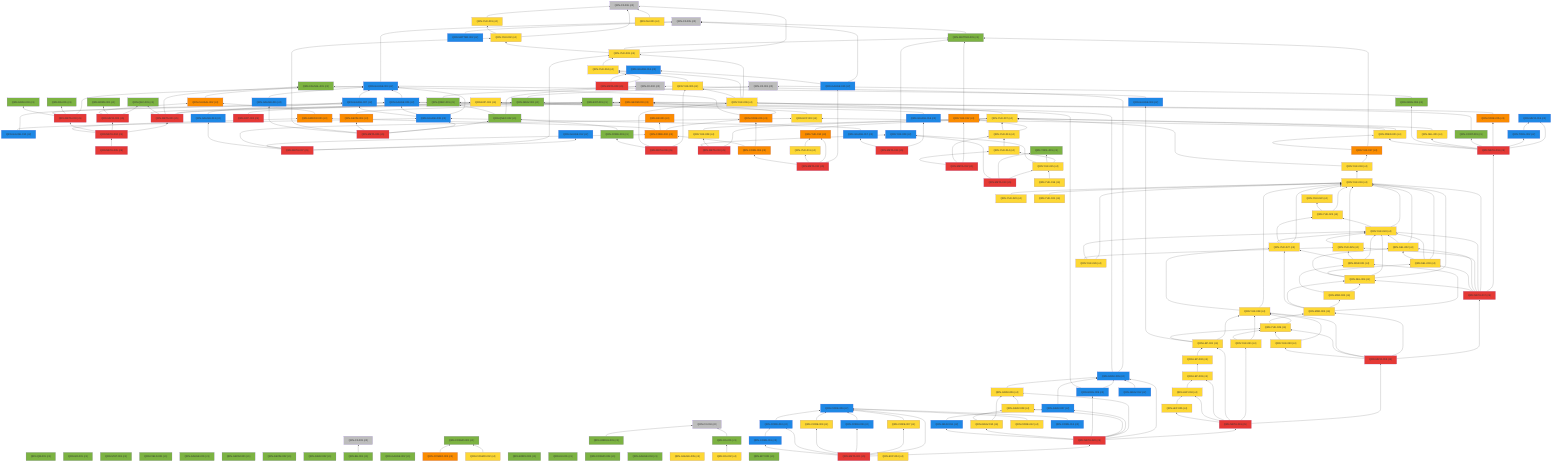
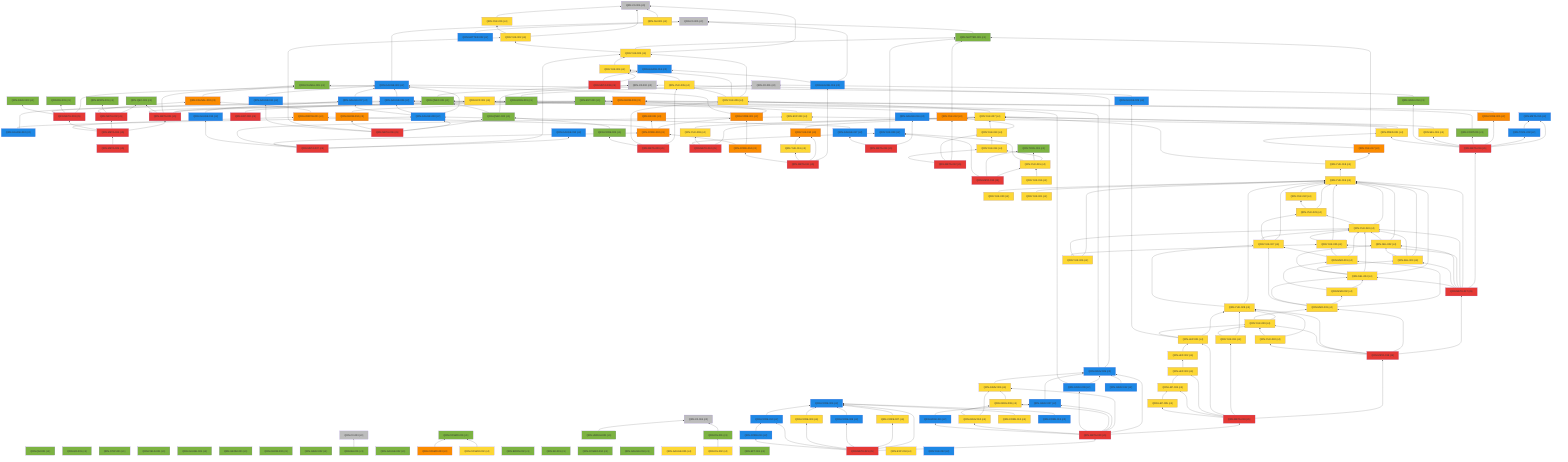
%% 自動生成 (dag/report.pl) — QRN 主張依存グラフ
graph BT
  QRN_C0_001["QRN-C0-001 (c0)"]:::c0
  QRN_C0_002["QRN-C0-002 (c0)"]:::c0
  QRN_C0_003["QRN-C0-003 (c0)"]:::c0
  QRN_C0_004["QRN-C0-004 (c0)"]:::c0
  QRN_C0_005["QRN-C0-005 (c0)"]:::c0
  QRN_C0_006["QRN-C0-006 (c0)"]:::c0
  QRN_QM_001["QRN-QM-001 (c1)"]:::c1
  QRN_GR_001["QRN-GR-001 (c1)"]:::c1
  QRN_STAT_001["QRN-STAT-001 (c1)"]:::c1
  QRN_FIELD_001["QRN-FIELD-001 (c1)"]:::c1
  QRN_GAUGE_001["QRN-GAUGE-001 (c1)"]:::c1
  QRN_ENT_001["QRN-ENT-001 (c1)"]:::c1
  QRN_GEOM_001["QRN-GEOM-001 (c1)"]:::c1
  QRN_GEOM_002["QRN-GEOM-002 (c1)"]:::c1
  QRN_GEOM_003["QRN-GEOM-003 (c3)"]:::c3
  QRN_GRAV_001["QRN-GRAV-001 (c1)"]:::c1
  QRN_GRAV_002["QRN-GRAV-002 (c1)"]:::c1
  QRN_BH_001["QRN-BH-001 (c1)"]:::c1
  QRN_CAUSAL_001["QRN-CAUSAL-001 (c1)"]:::c1
  QRN_CAUSAL_002["QRN-CAUSAL-002 (c3)"]:::c3
  QRN_ER_001["QRN-ER-001 (c3)"]:::c3
  QRN_QEC_001["QRN-QEC-001 (c1)"]:::c1
  QRN_GAUGE_002["QRN-GAUGE-002 (c1)"]:::c1
  QRN_COSMO_001["QRN-COSMO-001 (c1)"]:::c1
  QRN_COSMO_002["QRN-COSMO-002 (c4)"]:::c4
  QRN_COSMO_003["QRN-COSMO-003 (c3)"]:::c3
  QRN_BORN_001["QRN-BORN-001 (c1)"]:::c1
  QRN_BORN_002["QRN-BORN-002 (c1)"]:::c1
  QRN_GRAV_003["QRN-GRAV-003 (c1)"]:::c1
  QRN_KK_001["QRN-KK-001 (c1)"]:::c1
  QRN_MATTER_001["QRN-MATTER-001 (c1)"]:::c1
  QRN_MATTER_002["QRN-MATTER-002 (c2)"]:::c2
  QRN_COSMO_004["QRN-COSMO-004 (c1)"]:::c1
  QRN_EXP_001["QRN-EXP-001 (c4)"]:::c4
  QRN_GAUGE_003["QRN-GAUGE-003 (c2)"]:::c2
  QRN_GAUGE_004["QRN-GAUGE-004 (c1)"]:::c1
  QRN_GAUGE_005["QRN-GAUGE-005 (c4)"]:::c4
  QRN_YUK_001["QRN-YUK-001 (c4)"]:::c4
  QRN_RG_001["QRN-RG-001 (c1)"]:::c1
  QRN_UNRUH_001["QRN-UNRUH-001 (c1)"]:::c1
  QRN_QNEC_001["QRN-QNEC-001 (c1)"]:::c1
  QRN_NU_001["QRN-NU-001 (c4)"]:::c4
  QRN_GAUGE_006["QRN-GAUGE-006 (c2)"]:::c2
  QRN_DS_001["QRN-DS-001 (c1)"]:::c1
  QRN_DS_002["QRN-DS-002 (c4)"]:::c4
  QRN_ARROW_001["QRN-ARROW-001 (c3)"]:::c3
  QRN_GAUGE_007["QRN-GAUGE-007 (c2)"]:::c2
  QRN_EFT_001["QRN-EFT-001 (c1)"]:::c1
  QRN_GAUGE_008["QRN-GAUGE-008 (c2)"]:::c2
  QRN_GAUGE_009["QRN-GAUGE-009 (c2)"]:::c2
  QRN_GAUGE_010["QRN-GAUGE-010 (c2)"]:::c2
  QRN_QNEC_002["QRN-QNEC-002 (c1)"]:::c1
  QRN_GEOM_004["QRN-GEOM-004 (c3)"]:::c3
  QRN_YUK_002["QRN-YUK-002 (c4)"]:::c4
  QRN_EXP_002["QRN-EXP-002 (c5)"]:::c5
  QRN_CORE_001["QRN-CORE-001 (c3)"]:::c3
  QRN_GAUGE_011["QRN-GAUGE-011 (c2)"]:::c2
  QRN_GAUGE_012["QRN-GAUGE-012 (c2)"]:::c2
  QRN_YUK_003["QRN-YUK-003 (c4)"]:::c4
  QRN_EXP_003["QRN-EXP-003 (c4)"]:::c4
  QRN_CORE_002["QRN-CORE-002 (c3)"]:::c3
  QRN_GAUGE_013["QRN-GAUGE-013 (c2)"]:::c2
  QRN_YUK_004["QRN-YUK-004 (c4)"]:::c4
  QRN_GAUGE_014["QRN-GAUGE-014 (c2)"]:::c2
  QRN_META_001["QRN-META-001 (c5)"]:::c5
  QRN_META_002["QRN-META-002 (c5)"]:::c5
  QRN_META_003["QRN-META-003 (c5)"]:::c5
  QRN_META_004["QRN-META-004 (c5)"]:::c5
  QRN_META_005["QRN-META-005 (c5)"]:::c5
  QRN_META_006["QRN-META-006 (c5)"]:::c5
  QRN_META_007["QRN-META-007 (c5)"]:::c5
  QRN_META_008["QRN-META-008 (c5)"]:::c5
  QRN_YUK_005["QRN-YUK-005 (c4)"]:::c4
  QRN_YUK_006["QRN-YUK-006 (c4)"]:::c4
  QRN_CORE_003["QRN-CORE-003 (c1)"]:::c1
  QRN_META_009["QRN-META-009 (c5)"]:::c5
  QRN_YUK_007["QRN-YUK-007 (c4)"]:::c4
  QRN_YUK_008["QRN-YUK-008 (c4)"]:::c4
  QRN_YUK_009["QRN-YUK-009 (c2)"]:::c2
  QRN_META_010["QRN-META-010 (c5)"]:::c5
  QRN_GAUGE_015["QRN-GAUGE-015 (c2)"]:::c2
  QRN_YUK_010["QRN-YUK-010 (c3)"]:::c3
  QRN_YUK_011["QRN-YUK-011 (c4)"]:::c4
  QRN_CORE_004["QRN-CORE-004 (c3)"]:::c3
  QRN_META_011["QRN-META-011 (c5)"]:::c5
  QRN_YUK_012["QRN-YUK-012 (c3)"]:::c3
  QRN_YUK_013["QRN-YUK-013 (c4)"]:::c4
  QRN_YUK_014["QRN-YUK-014 (c4)"]:::c4
  QRN_META_012["QRN-META-012 (c5)"]:::c5
  QRN_TOOL_001["QRN-TOOL-001 (c1)"]:::c1
  QRN_YUK_015["QRN-YUK-015 (c4)"]:::c4
  QRN_META_013["QRN-META-013 (c5)"]:::c5
  QRN_GAUGE_016["QRN-GAUGE-016 (c2)"]:::c2
  QRN_GAUGE_017["QRN-GAUGE-017 (c2)"]:::c2
  QRN_META_014["QRN-META-014 (c5)"]:::c5
  QRN_META_015["QRN-META-015 (c2)"]:::c2
  QRN_TOOL_002["QRN-TOOL-002 (c2)"]:::c2
  QRN_CORE_005["QRN-CORE-005 (c3)"]:::c3
  QRN_CONT_001["QRN-CONT-001 (c1)"]:::c1
  QRN_SEL_001["QRN-SEL-001 (c4)"]:::c4
  QRN_GRAV_004["QRN-GRAV-004 (c1)"]:::c1
  QRN_PRED_001["QRN-PRED-001 (c4)"]:::c4
  QRN_META_016["QRN-META-016 (c5)"]:::c5
  QRN_YUK_016["QRN-YUK-016 (c4)"]:::c4
  QRN_YUK_017["QRN-YUK-017 (c3)"]:::c3
  QRN_YUK_018["QRN-YUK-018 (c4)"]:::c4
  QRN_YUK_019["QRN-YUK-019 (c4)"]:::c4
  QRN_YUK_020["QRN-YUK-020 (c4)"]:::c4
  QRN_YUK_021["QRN-YUK-021 (c4)"]:::c4
  QRN_YUK_022["QRN-YUK-022 (c4)"]:::c4
  QRN_YUK_023["QRN-YUK-023 (c4)"]:::c4
  QRN_YUK_024["QRN-YUK-024 (c4)"]:::c4
  QRN_YUK_025["QRN-YUK-025 (c4)"]:::c4
  QRN_SEL_002["QRN-SEL-002 (c4)"]:::c4
  QRN_SEL_003["QRN-SEL-003 (c4)"]:::c4
  QRN_SEL_004["QRN-SEL-004 (c4)"]:::c4
  QRN_META_017["QRN-META-017 (c5)"]:::c5
  QRN_YUK_026["QRN-YUK-026 (c4)"]:::c4
  QRN_YUK_027["QRN-YUK-027 (c4)"]:::c4
  QRN_MSR_001["QRN-MSR-001 (c4)"]:::c4
  QRN_MSR_002["QRN-MSR-002 (c4)"]:::c4
  QRN_MSR_003["QRN-MSR-003 (c4)"]:::c4
  QRN_YUK_028["QRN-YUK-028 (c4)"]:::c4
  QRN_YUK_029["QRN-YUK-029 (c4)"]:::c4
  QRN_YUK_030["QRN-YUK-030 (c4)"]:::c4
  QRN_META_018["QRN-META-018 (c5)"]:::c5
  QRN_YUK_031["QRN-YUK-031 (c4)"]:::c4
  QRN_LEP_001["QRN-LEP-001 (c4)"]:::c4
  QRN_LEP_002["QRN-LEP-002 (c4)"]:::c4
  QRN_LEP_003["QRN-LEP-003 (c4)"]:::c4
  QRN_LEP_004["QRN-LEP-004 (c4)"]:::c4
  QRN_LEP_005["QRN-LEP-005 (c4)"]:::c4
  QRN_META_019["QRN-META-019 (c5)"]:::c5
  QRN_GRAV_005["QRN-GRAV-005 (c2)"]:::c2
  QRN_GRAV_006["QRN-GRAV-006 (c4)"]:::c4
  QRN_GRAV_007["QRN-GRAV-007 (c2)"]:::c2
  QRN_GRAV_008["QRN-GRAV-008 (c4)"]:::c4
  QRN_GRAV_009["QRN-GRAV-009 (c2)"]:::c2
  QRN_GRAV_010["QRN-GRAV-010 (c4)"]:::c4
  QRN_GRAV_011["QRN-GRAV-011 (c2)"]:::c2
  QRN_META_020["QRN-META-020 (c5)"]:::c5
  QRN_CORE_006["QRN-CORE-006 (c2)"]:::c2
  QRN_CORE_007["QRN-CORE-007 (c4)"]:::c4
  QRN_CORE_008["QRN-CORE-008 (c2)"]:::c2
  QRN_CORE_009["QRN-CORE-009 (c4)"]:::c4
  QRN_CORE_010["QRN-CORE-010 (c2)"]:::c2
  QRN_CORE_011["QRN-CORE-011 (c2)"]:::c2
  QRN_META_021["QRN-META-021 (c5)"]:::c5
  QRN_CORE_012["QRN-CORE-012 (c4)"]:::c4
  QRN_EXP_004["QRN-EXP-004 (c4)"]:::c4
  QRN_CORE_013["QRN-CORE-013 (c2)"]:::c2
  QRN_GRAV_012["QRN-GRAV-012 (c2)"]:::c2
+   QRN_YUK_032["QRN-YUK-032 (c2)"]:::c2
  QRN_GRAV_001 --> QRN_C0_001
  QRN_BH_001 --> QRN_C0_003
  QRN_CAUSAL_002 --> QRN_CAUSAL_001
  QRN_COSMO_002 --> QRN_COSMO_001
  QRN_COSMO_003 --> QRN_COSMO_001
  QRN_MATTER_001 --> QRN_C0_005
  QRN_MATTER_002 --> QRN_C0_005
  QRN_GAUGE_003 --> QRN_C0_005
  QRN_YUK_001 --> QRN_C0_006
  QRN_UNRUH_001 --> QRN_C0_004
  QRN_QNEC_001 --> QRN_C0_002
  QRN_NU_001 --> QRN_C0_006
  QRN_GAUGE_006 --> QRN_GAUGE_003
  QRN_DS_001 --> QRN_C0_004
  QRN_DS_002 --> QRN_DS_001
  QRN_ARROW_001 --> QRN_CAUSAL_002
  QRN_GAUGE_007 --> QRN_GAUGE_003
  QRN_GAUGE_008 --> QRN_GAUGE_003
  QRN_GAUGE_008 --> QRN_GAUGE_006
  QRN_GAUGE_008 --> QRN_GAUGE_007
  QRN_GAUGE_009 --> QRN_GAUGE_003
  QRN_GAUGE_010 --> QRN_GAUGE_006
  QRN_GAUGE_010 --> QRN_GAUGE_008
  QRN_QNEC_002 --> QRN_C0_002
  QRN_QNEC_002 --> QRN_QNEC_001
  QRN_GEOM_004 --> QRN_GEOM_003
  QRN_YUK_002 --> QRN_C0_006
  QRN_YUK_002 --> QRN_YUK_001
  QRN_EXP_002 --> QRN_EXP_001
  QRN_CORE_001 --> QRN_GEOM_003
  QRN_CORE_001 --> QRN_CAUSAL_001
  QRN_GAUGE_011 --> QRN_GAUGE_003
  QRN_YUK_003 --> QRN_C0_006
  QRN_YUK_003 --> QRN_MATTER_001
  QRN_YUK_003 --> QRN_YUK_002
  QRN_EXP_003 --> QRN_EXP_001
  QRN_CORE_002 --> QRN_CORE_001
  QRN_CORE_002 --> QRN_ER_001
  QRN_CORE_002 --> QRN_ARROW_001
  QRN_GAUGE_013 --> QRN_GAUGE_007
  QRN_YUK_004 --> QRN_YUK_003
  QRN_META_001 --> QRN_GEOM_003
  QRN_META_001 --> QRN_GRAV_001
  QRN_META_001 --> QRN_CAUSAL_001
  QRN_META_001 --> QRN_QEC_001
  QRN_META_001 --> QRN_ENT_001
  QRN_META_002 --> QRN_QEC_001
  QRN_META_002 --> QRN_BORN_001
  QRN_META_002 --> QRN_CAUSAL_002
  QRN_META_003 --> QRN_GAUGE_003
  QRN_META_003 --> QRN_RG_001
  QRN_META_003 --> QRN_QNEC_001
  QRN_META_003 --> QRN_GRAV_003
  QRN_META_004 --> QRN_META_001
  QRN_META_004 --> QRN_META_002
  QRN_META_004 --> QRN_META_003
  QRN_META_004 --> QRN_ARROW_001
  QRN_META_005 --> QRN_META_004
  QRN_META_006 --> QRN_GAUGE_008
  QRN_META_006 --> QRN_QNEC_002
  QRN_META_006 --> QRN_GEOM_004
  QRN_META_006 --> QRN_YUK_002
  QRN_META_006 --> QRN_GAUGE_011
  QRN_META_007 --> QRN_GAUGE_012
  QRN_META_007 --> QRN_YUK_003
  QRN_META_007 --> QRN_EXP_003
  QRN_META_007 --> QRN_CORE_002
  QRN_META_007 --> QRN_GAUGE_013
  QRN_META_008 --> QRN_YUK_004
  QRN_META_008 --> QRN_GAUGE_014
  QRN_YUK_005 --> QRN_YUK_004
  QRN_YUK_006 --> QRN_YUK_003
  QRN_YUK_006 --> QRN_YUK_004
  QRN_YUK_006 --> QRN_YUK_005
  QRN_CORE_003 --> QRN_QNEC_002
  QRN_META_009 --> QRN_YUK_005
  QRN_META_009 --> QRN_YUK_006
  QRN_META_009 --> QRN_CORE_003
  QRN_YUK_007 --> QRN_YUK_006
  QRN_YUK_008 --> QRN_YUK_007
  QRN_YUK_009 --> QRN_MATTER_001
  QRN_META_010 --> QRN_YUK_007
  QRN_META_010 --> QRN_YUK_008
  QRN_META_010 --> QRN_YUK_009
  QRN_GAUGE_015 --> QRN_C0_005
  QRN_GAUGE_015 --> QRN_GAUGE_014
  QRN_YUK_010 --> QRN_YUK_007
  QRN_YUK_011 --> QRN_YUK_010
  QRN_CORE_004 --> QRN_CORE_001
  QRN_CORE_004 --> QRN_CORE_002
  QRN_META_011 --> QRN_GAUGE_015
  QRN_META_011 --> QRN_YUK_010
  QRN_META_011 --> QRN_YUK_011
  QRN_META_011 --> QRN_CORE_004
  QRN_YUK_012 --> QRN_MATTER_001
  QRN_YUK_013 --> QRN_YUK_012
  QRN_YUK_013 --> QRN_YUK_007
  QRN_YUK_014 --> QRN_YUK_013
  QRN_META_012 --> QRN_YUK_012
  QRN_META_012 --> QRN_YUK_013
  QRN_META_012 --> QRN_YUK_014
  QRN_YUK_015 --> QRN_YUK_014
  QRN_YUK_015 --> QRN_TOOL_001
  QRN_YUK_015 --> QRN_YUK_009
  QRN_META_013 --> QRN_YUK_015
  QRN_META_013 --> QRN_TOOL_001
  QRN_META_013 --> QRN_YUK_009
  QRN_GAUGE_016 --> QRN_GAUGE_006
  QRN_GAUGE_017 --> QRN_GAUGE_008
  QRN_META_014 --> QRN_GAUGE_016
  QRN_META_014 --> QRN_GAUGE_017
  QRN_TOOL_002 --> QRN_META_015
  QRN_CORE_005 --> QRN_GEOM_003
  QRN_CONT_001 --> QRN_ENT_001
  QRN_SEL_001 --> QRN_YUK_007
  QRN_GRAV_004 --> QRN_C0_001
  QRN_PRED_001 --> QRN_YUK_007
  QRN_PRED_001 --> QRN_EXP_003
  QRN_META_016 --> QRN_META_015
  QRN_META_016 --> QRN_TOOL_002
  QRN_META_016 --> QRN_CORE_005
  QRN_META_016 --> QRN_CONT_001
  QRN_META_016 --> QRN_SEL_001
  QRN_META_016 --> QRN_GRAV_004
  QRN_META_016 --> QRN_PRED_001
  QRN_YUK_016 --> QRN_YUK_015
  QRN_YUK_017 --> QRN_MATTER_001
  QRN_YUK_017 --> QRN_PRED_001
  QRN_YUK_018 --> QRN_YUK_017
  QRN_YUK_018 --> QRN_YUK_007
  QRN_YUK_019 --> QRN_YUK_018
  QRN_YUK_020 --> QRN_YUK_019
  QRN_YUK_021 --> QRN_YUK_019
  QRN_YUK_022 --> QRN_YUK_019
  QRN_YUK_023 --> QRN_YUK_019
  QRN_YUK_023 --> QRN_YUK_022
  QRN_YUK_024 --> QRN_YUK_019
  QRN_YUK_024 --> QRN_YUK_023
  QRN_YUK_025 --> QRN_YUK_019
  QRN_YUK_025 --> QRN_YUK_024
  QRN_SEL_002 --> QRN_YUK_019
  QRN_SEL_002 --> QRN_YUK_024
  QRN_SEL_003 --> QRN_YUK_019
  QRN_SEL_003 --> QRN_YUK_024
  QRN_SEL_003 --> QRN_SEL_002
  QRN_SEL_004 --> QRN_YUK_019
  QRN_SEL_004 --> QRN_YUK_024
  QRN_SEL_004 --> QRN_SEL_002
  QRN_SEL_004 --> QRN_SEL_003
  QRN_META_017 --> QRN_META_016
  QRN_META_017 --> QRN_YUK_019
  QRN_META_017 --> QRN_YUK_024
  QRN_META_017 --> QRN_YUK_025
  QRN_META_017 --> QRN_SEL_002
  QRN_META_017 --> QRN_SEL_003
  QRN_META_017 --> QRN_SEL_004
  QRN_YUK_026 --> QRN_YUK_019
  QRN_YUK_026 --> QRN_YUK_024
  QRN_YUK_026 --> QRN_YUK_025
  QRN_YUK_027 --> QRN_YUK_019
  QRN_YUK_027 --> QRN_YUK_023
  QRN_YUK_027 --> QRN_YUK_024
  QRN_MSR_001 --> QRN_YUK_024
  QRN_MSR_001 --> QRN_YUK_025
  QRN_MSR_001 --> QRN_YUK_027
  QRN_MSR_002 --> QRN_SEL_004
  QRN_MSR_002 --> QRN_MSR_001
  QRN_MSR_003 --> QRN_MSR_001
  QRN_MSR_003 --> QRN_MSR_002
  QRN_MSR_003 --> QRN_SEL_004
  QRN_MSR_003 --> QRN_YUK_027
  QRN_YUK_028 --> QRN_YUK_019
  QRN_YUK_028 --> QRN_YUK_027
  QRN_YUK_029 --> QRN_YUK_028
  QRN_YUK_029 --> QRN_MSR_003
  QRN_YUK_030 --> QRN_YUK_028
  QRN_YUK_030 --> QRN_YUK_029
  QRN_META_018 --> QRN_META_017
  QRN_META_018 --> QRN_MSR_003
  QRN_META_018 --> QRN_YUK_028
  QRN_META_018 --> QRN_YUK_029
  QRN_META_018 --> QRN_YUK_030
  QRN_YUK_031 --> QRN_YUK_028
  QRN_YUK_031 --> QRN_YUK_029
  QRN_LEP_001 --> QRN_YUK_028
  QRN_LEP_001 --> QRN_YUK_029
  QRN_LEP_001 --> QRN_GAUGE_009
  QRN_LEP_002 --> QRN_LEP_001
  QRN_LEP_003 --> QRN_LEP_002
  QRN_LEP_004 --> QRN_LEP_003
  QRN_LEP_005 --> QRN_LEP_004
  QRN_META_019 --> QRN_META_018
  QRN_META_019 --> QRN_YUK_031
  QRN_META_019 --> QRN_LEP_001
  QRN_META_019 --> QRN_LEP_003
  QRN_META_019 --> QRN_LEP_004
  QRN_META_019 --> QRN_LEP_005
  QRN_GRAV_005 --> QRN_C0_002
  QRN_GRAV_005 --> QRN_GRAV_001
  QRN_GRAV_006 --> QRN_GRAV_005
  QRN_GRAV_007 --> QRN_GRAV_005
  QRN_GRAV_008 --> QRN_GRAV_006
  QRN_GRAV_009 --> QRN_GRAV_005
  QRN_GRAV_009 --> QRN_QNEC_001
  QRN_GRAV_010 --> QRN_GRAV_006
  QRN_GRAV_010 --> QRN_GRAV_008
  QRN_GRAV_011 --> QRN_GRAV_007
  QRN_META_020 --> QRN_META_019
  QRN_META_020 --> QRN_GRAV_005
  QRN_META_020 --> QRN_GRAV_006
  QRN_META_020 --> QRN_GRAV_007
  QRN_META_020 --> QRN_GRAV_008
  QRN_META_020 --> QRN_GRAV_009
  QRN_META_020 --> QRN_GRAV_010
  QRN_META_020 --> QRN_GRAV_011
  QRN_CORE_007 --> QRN_CORE_006
  QRN_CORE_008 --> QRN_CORE_006
  QRN_CORE_009 --> QRN_CORE_006
  QRN_CORE_010 --> QRN_CORE_006
  QRN_CORE_011 --> QRN_CORE_010
  QRN_META_021 --> QRN_META_020
  QRN_META_021 --> QRN_CORE_006
  QRN_META_021 --> QRN_CORE_007
  QRN_META_021 --> QRN_CORE_008
  QRN_META_021 --> QRN_CORE_009
  QRN_META_021 --> QRN_CORE_010
  QRN_META_021 --> QRN_CORE_011
  QRN_CORE_012 --> QRN_CORE_006
  QRN_CORE_013 --> QRN_CORE_006
  QRN_GRAV_012 --> QRN_GRAV_005
  classDef c0 fill:#bdbdbd
  classDef c1 fill:#7cb342
  classDef c2 fill:#1e88e5
  classDef c3 fill:#fb8c00
  classDef c4 fill:#fdd835
  classDef c5 fill:#e53935
